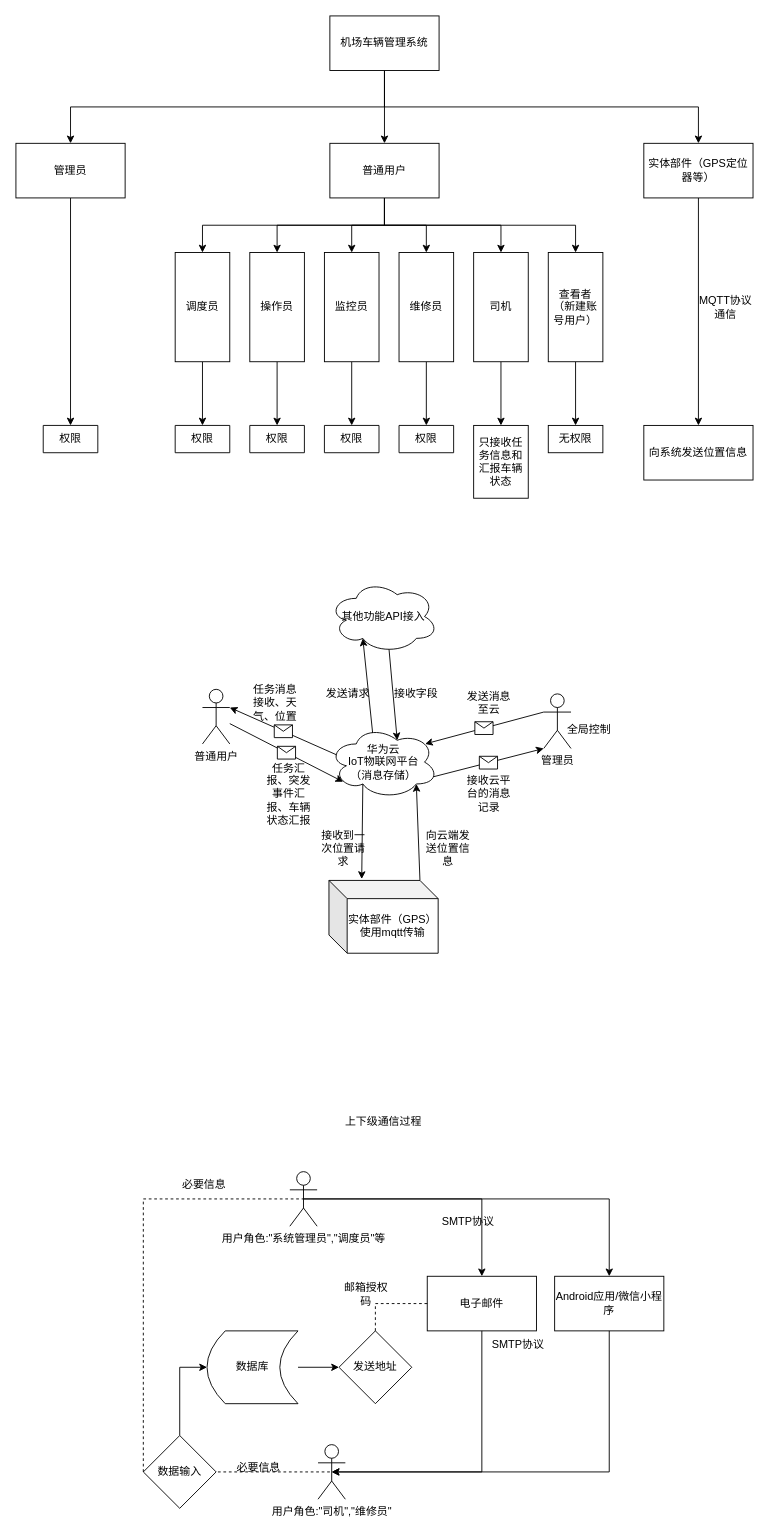
This is page "主要部分" (1 of 22) of 汽车管理系统位图.drawio from Corkedmzx/-airport-vehicle-system, a draw.io file, before an edit. Source tidied: cells renumbered, new cells numbered last; positions are measured from the earlier drawing's top-left corner, leaving out a move shared by most shapes. Both pictures are drawn from the tidied source at 91%, with x=0, y=0 at pixel (15, 15).
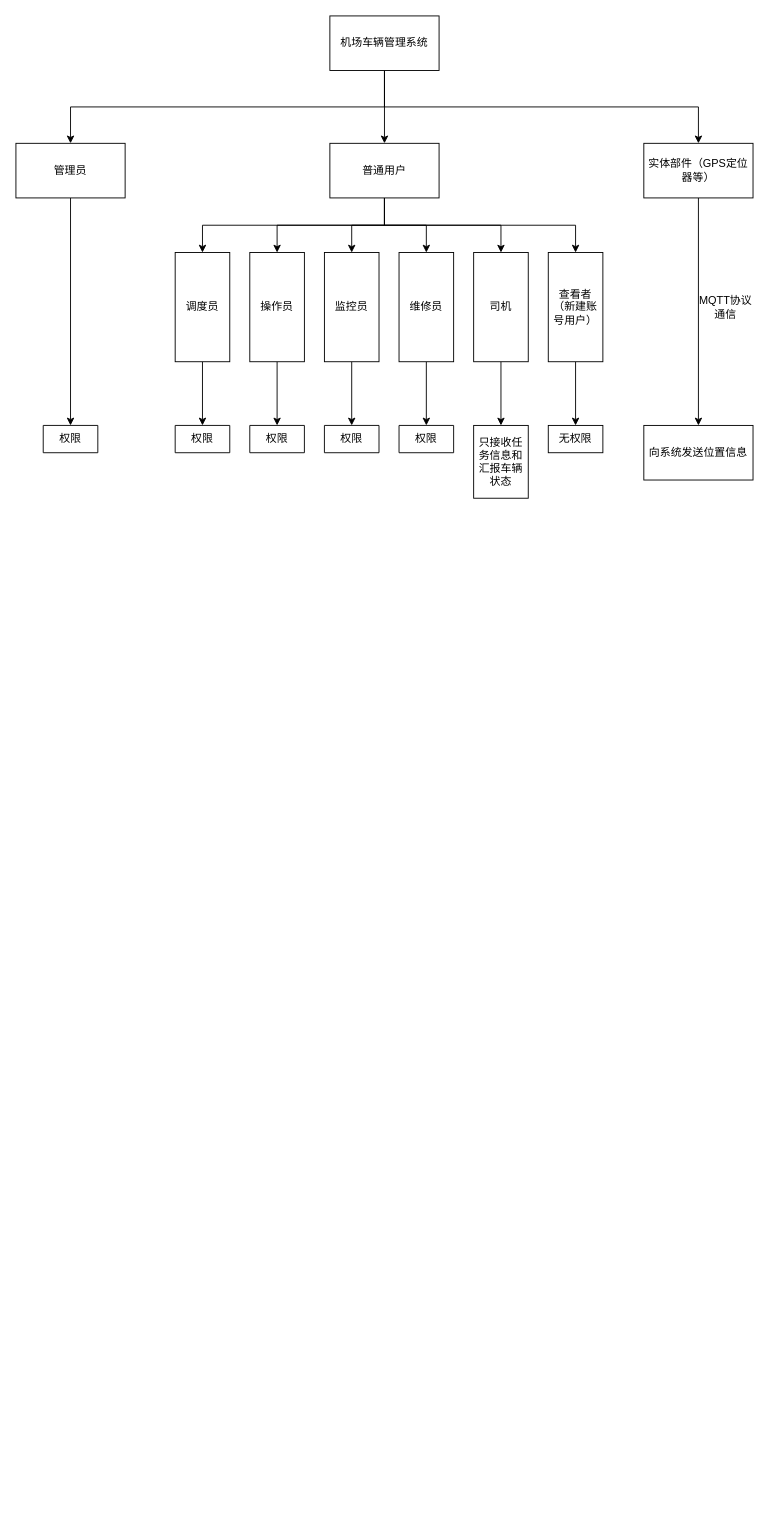
After the change.

Change to the diagram source:
```diff
@@
-    <mxCell id="37" value="华为云&lt;div&gt;IoT物联网平台&lt;/div&gt;&lt;div&gt;（消息存储）&lt;/div&gt;" style="ellipse;shape=cloud;whiteSpace=wrap;html=1;" parent="1" vertex="1">
-      <mxGeometry x="344" y="780" width="120" height="80" as="geometry" />
-    </mxCell>
-    <mxCell id="38" style="endArrow=classic;html=1;rounded=0;exitX=0.07;exitY=0.4;exitDx=0;exitDy=0;exitPerimeter=0;entryX=1;entryY=0.3333333333333333;entryDx=0;entryDy=0;entryPerimeter=0;" parent="1" edge="1" source="37" target="40">
-      <mxGeometry relative="1" as="geometry" />
-    </mxCell>
-    <mxCell id="39" style="shape=message;html=1;" parent="38" vertex="1">
-      <mxGeometry width="20" height="14" relative="1" as="geometry">
-        <mxPoint x="-10" y="-7" as="offset" />
-      </mxGeometry>
-    </mxCell>
-    <mxCell id="40" value="普通用户" style="shape=umlActor;verticalLabelPosition=bottom;verticalAlign=top;html=1;outlineConnect=0;" parent="1" vertex="1">
-      <mxGeometry x="205" y="740" width="30" height="60" as="geometry" />
-    </mxCell>
-    <mxCell id="41" value="任务消息接收、天气、位置" style="text;html=1;whiteSpace=wrap;strokeColor=none;fillColor=none;align=center;verticalAlign=middle;rounded=0;" parent="1" vertex="1">
-      <mxGeometry x="255" y="740" width="60" height="30" as="geometry" />
-    </mxCell>
-    <mxCell id="42" style="endArrow=classic;html=1;rounded=0;entryX=0.13;entryY=0.77;entryDx=0;entryDy=0;entryPerimeter=0;" parent="1" edge="1" source="40" target="37">
-      <mxGeometry relative="1" as="geometry" />
-    </mxCell>
-    <mxCell id="43" style="shape=message;html=1;" parent="42" vertex="1">
-      <mxGeometry width="20" height="14" relative="1" as="geometry">
-        <mxPoint x="-10" y="-7" as="offset" />
-      </mxGeometry>
-    </mxCell>
-    <mxCell id="44" value="任务汇报、突发事件汇报、车辆状态汇报" style="text;html=1;whiteSpace=wrap;strokeColor=none;fillColor=none;align=center;verticalAlign=middle;rounded=0;" parent="1" vertex="1">
-      <mxGeometry x="270" y="840" width="60" height="30" as="geometry" />
-    </mxCell>
-    <mxCell id="45" value="&lt;div&gt;其他功能API接入&lt;/div&gt;" style="ellipse;shape=cloud;whiteSpace=wrap;html=1;" parent="1" vertex="1">
-      <mxGeometry x="344" y="620" width="120" height="80" as="geometry" />
-    </mxCell>
-    <mxCell id="46" style="edgeStyle=none;rounded=0;jettySize=auto;html=1;exitX=0.4;exitY=0.1;exitDx=0;exitDy=0;exitPerimeter=0;entryX=0.31;entryY=0.8;entryDx=0;entryDy=0;entryPerimeter=0;" parent="1" edge="1" source="37" target="45">
-      <mxGeometry relative="1" as="geometry" />
-    </mxCell>
-    <mxCell id="47" style="edgeStyle=none;rounded=0;jettySize=auto;html=1;exitX=0.55;exitY=0.95;exitDx=0;exitDy=0;exitPerimeter=0;entryX=0.625;entryY=0.2;entryDx=0;entryDy=0;entryPerimeter=0;" parent="1" edge="1" source="45" target="37">
-      <mxGeometry relative="1" as="geometry" />
-    </mxCell>
-    <mxCell id="48" value="发送请求" style="text;html=1;whiteSpace=wrap;strokeColor=none;fillColor=none;align=center;verticalAlign=middle;rounded=0;" parent="1" vertex="1">
-      <mxGeometry x="335" y="730" width="60" height="30" as="geometry" />
-    </mxCell>
-    <mxCell id="49" value="接收字段" style="text;html=1;whiteSpace=wrap;strokeColor=none;fillColor=none;align=center;verticalAlign=middle;rounded=0;" parent="1" vertex="1">
-      <mxGeometry x="410" y="730" width="60" height="30" as="geometry" />
-    </mxCell>
-    <mxCell id="50" value="管理员" style="shape=umlActor;verticalLabelPosition=bottom;verticalAlign=top;html=1;outlineConnect=0;" parent="1" vertex="1">
-      <mxGeometry x="580" y="745" width="30" height="60" as="geometry" />
-    </mxCell>
-    <mxCell id="51" style="endArrow=classic;html=1;rounded=0;entryX=0.88;entryY=0.25;entryDx=0;entryDy=0;entryPerimeter=0;exitX=0;exitY=0.3333333333333333;exitDx=0;exitDy=0;exitPerimeter=0;" parent="1" edge="1" source="50" target="37">
-      <mxGeometry relative="1" as="geometry" />
-    </mxCell>
-    <mxCell id="52" style="shape=message;html=1;" parent="51" vertex="1">
-      <mxGeometry width="20" height="14" relative="1" as="geometry">
-        <mxPoint x="-10" y="-7" as="offset" />
-      </mxGeometry>
-    </mxCell>
-    <mxCell id="53" style="endArrow=classic;html=1;rounded=0;exitX=0.96;exitY=0.7;exitDx=0;exitDy=0;exitPerimeter=0;entryX=0;entryY=1;entryDx=0;entryDy=0;entryPerimeter=0;" parent="1" edge="1" source="37" target="50">
-      <mxGeometry relative="1" as="geometry" />
-    </mxCell>
-    <mxCell id="54" style="shape=message;html=1;" parent="53" vertex="1">
-      <mxGeometry width="20" height="14" relative="1" as="geometry">
-        <mxPoint x="-10" y="-7" as="offset" />
-      </mxGeometry>
-    </mxCell>
-    <mxCell id="55" value="发送消息至云" style="text;html=1;whiteSpace=wrap;strokeColor=none;fillColor=none;align=center;verticalAlign=middle;rounded=0;" parent="1" vertex="1">
-      <mxGeometry x="490" y="740" width="60" height="30" as="geometry" />
-    </mxCell>
-    <mxCell id="56" value="接收云平台的消息记录" style="text;html=1;whiteSpace=wrap;strokeColor=none;fillColor=none;align=center;verticalAlign=middle;rounded=0;" parent="1" vertex="1">
-      <mxGeometry x="490" y="840" width="60" height="30" as="geometry" />
-    </mxCell>
-    <mxCell id="57" value="实体部件（GPS）&lt;br&gt;使用mqtt传输" style="shape=cube;whiteSpace=wrap;html=1;boundedLbl=1;backgroundOutline=1;darkOpacity=0.05;darkOpacity2=0.1;" parent="1" vertex="1">
-      <mxGeometry x="344" y="950" width="120" height="80" as="geometry" />
-    </mxCell>
-    <mxCell id="58" style="edgeStyle=none;rounded=0;jettySize=auto;html=1;exitX=0.31;exitY=0.8;exitDx=0;exitDy=0;exitPerimeter=0;entryX=0.3;entryY=-0.019;entryDx=0;entryDy=0;entryPerimeter=0;" parent="1" edge="1" source="37" target="57">
-      <mxGeometry relative="1" as="geometry" />
-    </mxCell>
-    <mxCell id="59" style="edgeStyle=none;rounded=0;jettySize=auto;html=1;exitX=0;exitY=0;exitDx=100;exitDy=0;exitPerimeter=0;entryX=0.8;entryY=0.8;entryDx=0;entryDy=0;entryPerimeter=0;" parent="1" edge="1" source="57" target="37">
-      <mxGeometry relative="1" as="geometry" />
-    </mxCell>
-    <mxCell id="60" value="接收到一次位置请求" style="text;html=1;whiteSpace=wrap;strokeColor=none;fillColor=none;align=center;verticalAlign=middle;rounded=0;" parent="1" vertex="1">
-      <mxGeometry x="330" y="900" width="60" height="30" as="geometry" />
-    </mxCell>
-    <mxCell id="61" value="向云端发送位置信息" style="text;html=1;whiteSpace=wrap;strokeColor=none;fillColor=none;align=center;verticalAlign=middle;rounded=0;" parent="1" vertex="1">
-      <mxGeometry x="445" y="900" width="60" height="30" as="geometry" />
-    </mxCell>
-    <mxCell id="62" value="全局控制" style="text;html=1;whiteSpace=wrap;strokeColor=none;fillColor=none;align=center;verticalAlign=middle;rounded=0;" parent="1" vertex="1">
-      <mxGeometry x="600" y="770" width="60" height="30" as="geometry" />
-    </mxCell>
-    <mxCell id="63" style="edgeStyle=orthogonalEdgeStyle;rounded=0;jettySize=auto;html=1;exitX=0.5;exitY=0.5;exitDx=0;exitDy=0;exitPerimeter=0;" parent="1" edge="1" source="65" target="70">
-      <mxGeometry relative="1" as="geometry" />
-    </mxCell>
-    <mxCell id="64" style="edgeStyle=orthogonalEdgeStyle;rounded=0;jettySize=auto;html=1;exitX=0.5;exitY=0.5;exitDx=0;exitDy=0;exitPerimeter=0;" parent="1" edge="1" source="65" target="80">
-      <mxGeometry relative="1" as="geometry" />
-    </mxCell>
-    <mxCell id="65" value="用户角色:&quot;系统管理员&quot;,&quot;调度员&quot;等" style="shape=umlActor;verticalLabelPosition=bottom;verticalAlign=top;html=1;outlineConnect=0;" parent="1" vertex="1">
-      <mxGeometry x="301" y="1270" width="30" height="60" as="geometry" />
-    </mxCell>
-    <mxCell id="66" value="用户角色:&quot;司机&quot;,&quot;维修员&quot;" style="shape=umlActor;verticalLabelPosition=bottom;verticalAlign=top;html=1;outlineConnect=0;" parent="1" vertex="1">
-      <mxGeometry x="332" y="1570" width="30" height="60" as="geometry" />
-    </mxCell>
-    <mxCell id="67" value="上下级通信过程" style="text;html=1;whiteSpace=wrap;strokeColor=none;fillColor=none;align=center;verticalAlign=middle;rounded=0;" parent="1" vertex="1">
-      <mxGeometry x="354" y="1200" width="100" height="30" as="geometry" />
-    </mxCell>
-    <mxCell id="68" style="edgeStyle=orthogonalEdgeStyle;rounded=0;jettySize=auto;html=1;exitX=1;exitY=0.5;exitDx=0;exitDy=0;entryX=0;entryY=0.5;entryDx=0;entryDy=0;" parent="1" edge="1" source="69" target="75">
-      <mxGeometry relative="1" as="geometry" />
-    </mxCell>
-    <mxCell id="69" value="数据库" style="shape=dataStorage;whiteSpace=wrap;html=1;fixedSize=1;" parent="1" vertex="1">
-      <mxGeometry x="210" y="1445" width="100" height="80" as="geometry" />
-    </mxCell>
-    <mxCell id="70" value="电子邮件" style="rounded=0;whiteSpace=wrap;html=1;" parent="1" vertex="1">
-      <mxGeometry x="452" y="1385" width="120" height="60" as="geometry" />
-    </mxCell>
-    <mxCell id="71" style="edgeStyle=orthogonalEdgeStyle;rounded=0;jettySize=auto;html=1;exitX=0.5;exitY=0;exitDx=0;exitDy=0;entryX=0;entryY=0.5;entryDx=0;entryDy=0;" parent="1" edge="1" source="72" target="69">
-      <mxGeometry relative="1" as="geometry" />
-    </mxCell>
-    <mxCell id="72" value="数据输入" style="rhombus;whiteSpace=wrap;html=1;" parent="1" vertex="1">
-      <mxGeometry x="140" y="1560" width="80" height="80" as="geometry" />
-    </mxCell>
-    <mxCell id="73" value="SMTP协议" style="text;html=1;whiteSpace=wrap;strokeColor=none;fillColor=none;align=center;verticalAlign=middle;rounded=0;" parent="1" vertex="1">
-      <mxGeometry x="467" y="1310" width="60" height="30" as="geometry" />
-    </mxCell>
-    <mxCell id="74" value="SMTP协议" style="text;html=1;whiteSpace=wrap;strokeColor=none;fillColor=none;align=center;verticalAlign=middle;rounded=0;" parent="1" vertex="1">
-      <mxGeometry x="522" y="1445" width="60" height="30" as="geometry" />
-    </mxCell>
-    <mxCell id="75" value="发送地址" style="rhombus;whiteSpace=wrap;html=1;" parent="1" vertex="1">
-      <mxGeometry x="355" y="1445" width="80" height="80" as="geometry" />
-    </mxCell>
-    <mxCell id="76" style="edgeStyle=orthogonalEdgeStyle;rounded=0;jettySize=auto;html=1;exitX=0.5;exitY=1;exitDx=0;exitDy=0;entryX=0.5;entryY=0.5;entryDx=0;entryDy=0;entryPerimeter=0;" parent="1" edge="1" source="70" target="66">
-      <mxGeometry relative="1" as="geometry">
-        <Array as="points">
-          <mxPoint x="512" y="1600" />
-        </Array>
-      </mxGeometry>
-    </mxCell>
@@
-    <mxCell id="78" style="endArrow=none;dashed=1;html=1;rounded=0;exitX=0.5;exitY=0;exitDx=0;exitDy=0;entryX=0;entryY=0.5;entryDx=0;entryDy=0;" parent="1" edge="1" source="75" target="70">
-      <mxGeometry relative="1" as="geometry">
-        <Array as="points">
-          <mxPoint x="395" y="1415" />
-        </Array>
-      </mxGeometry>
-    </mxCell>
-    <mxCell id="79" value="邮箱授权码" style="text;html=1;whiteSpace=wrap;strokeColor=none;fillColor=none;align=center;verticalAlign=middle;rounded=0;" parent="1" vertex="1">
-      <mxGeometry x="355" y="1390" width="60" height="30" as="geometry" />
-    </mxCell>
-    <mxCell id="80" value="Android应用/微信小程序" style="rounded=0;whiteSpace=wrap;html=1;" parent="1" vertex="1">
-      <mxGeometry x="592" y="1385" width="120" height="60" as="geometry" />
-    </mxCell>
-    <mxCell id="81" style="edgeStyle=orthogonalEdgeStyle;rounded=0;jettySize=auto;html=1;exitX=0.5;exitY=1;exitDx=0;exitDy=0;entryX=0.5;entryY=0.5;entryDx=0;entryDy=0;entryPerimeter=0;" parent="1" edge="1" source="80" target="66">
-      <mxGeometry relative="1" as="geometry">
-        <Array as="points">
-          <mxPoint x="652" y="1600" />
-        </Array>
-      </mxGeometry>
-    </mxCell>
-    <mxCell id="82" style="endArrow=none;dashed=1;html=1;rounded=0;entryX=0.5;entryY=0.5;entryDx=0;entryDy=0;entryPerimeter=0;" parent="1" edge="1" target="66">
-      <mxGeometry relative="1" as="geometry">
-        <mxPoint x="222" y="1600" as="sourcePoint" />
-      </mxGeometry>
-    </mxCell>
-    <mxCell id="83" value="必要信息" style="text;html=1;whiteSpace=wrap;strokeColor=none;fillColor=none;align=center;verticalAlign=middle;rounded=0;" parent="1" vertex="1">
-      <mxGeometry x="237" y="1580" width="60" height="30" as="geometry" />
-    </mxCell>
-    <mxCell id="84" style="endArrow=none;dashed=1;html=1;rounded=0;entryX=0.5;entryY=0.5;entryDx=0;entryDy=0;entryPerimeter=0;exitX=0;exitY=0.5;exitDx=0;exitDy=0;" parent="1" edge="1" source="72" target="65">
-      <mxGeometry relative="1" as="geometry">
-        <Array as="points">
-          <mxPoint x="140" y="1300" />
-        </Array>
-      </mxGeometry>
-    </mxCell>
-    <mxCell id="85" value="必要信息" style="text;html=1;whiteSpace=wrap;strokeColor=none;fillColor=none;align=center;verticalAlign=middle;rounded=0;" parent="1" vertex="1">
-      <mxGeometry x="177" y="1270" width="60" height="30" as="geometry" />
-    </mxCell>
```
